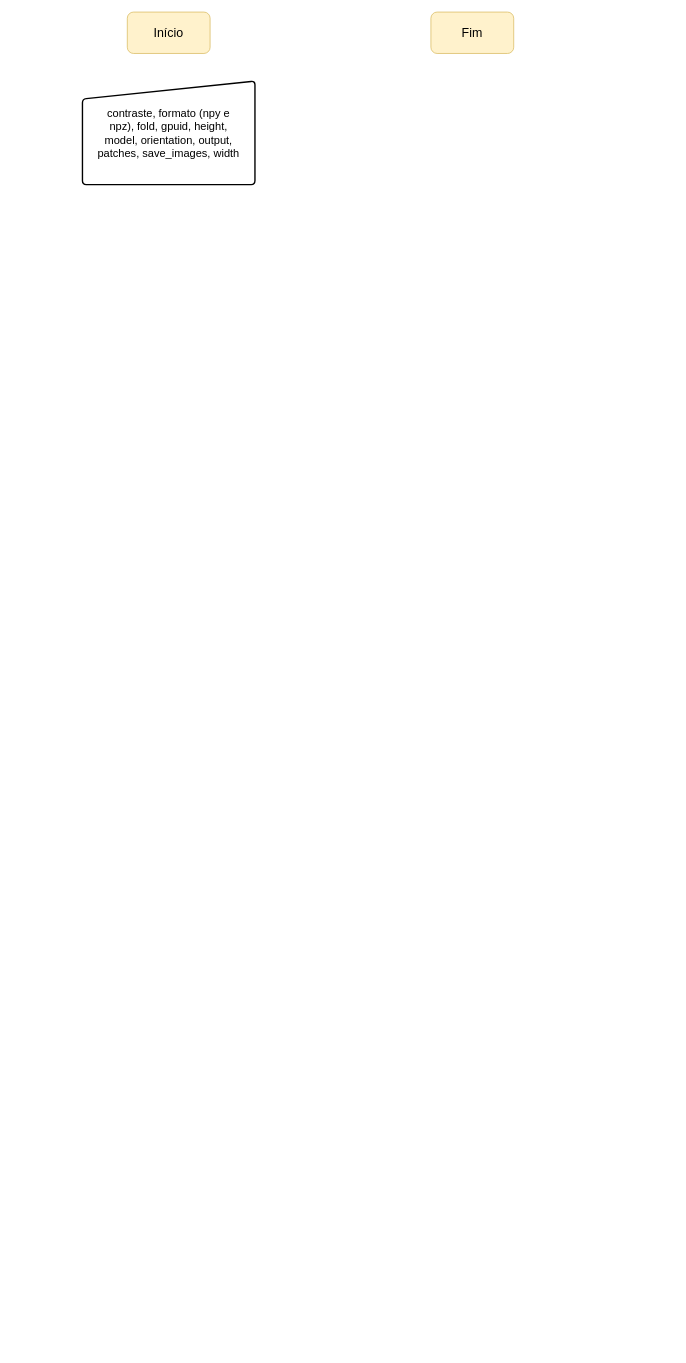
Above: pipeline/extract-features.drawio in xaaaandao/piperaceae-features (draw.io), before the change. Source tidied: cells renumbered, new cells numbered last; positions are measured from the earlier drawing's top-left corner, leaving out a move shared by most shapes. Both pictures are drawn from the tidied source at 69%, with x=0, y=0 at pixel (82, 12).
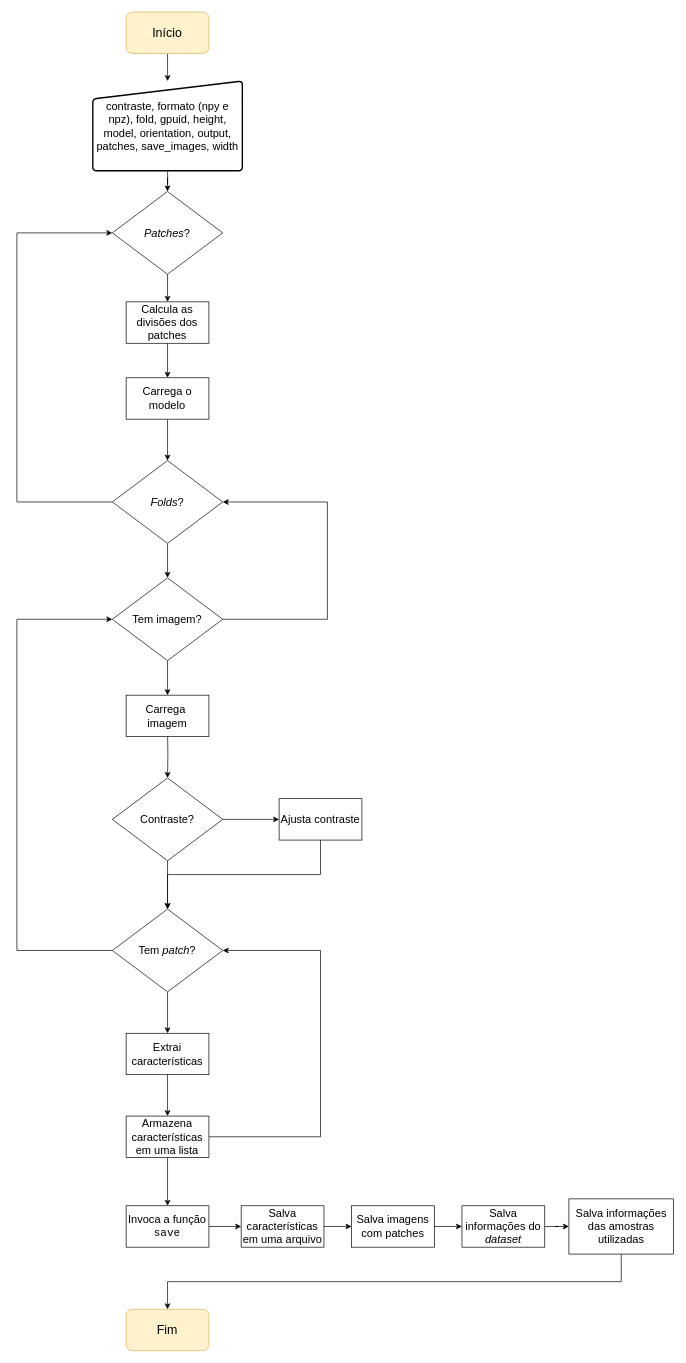
After the change.

Change to the diagram source:
```diff
@@
+    <mxCell id="5" style="edgeStyle=orthogonalEdgeStyle;rounded=0;jettySize=auto;html=1;" parent="1" edge="1" source="2" target="4">
+      <mxGeometry relative="1" as="geometry" />
+    </mxCell>
     <mxCell id="2" value="&lt;font style=&quot;font-size: 18px;&quot;&gt;Início&lt;/font&gt;" style="rounded=1;whiteSpace=wrap;html=1;fillColor=#fff2cc;strokeColor=#d6b656;" parent="1" vertex="1">
-      <mxGeometry x="65" width="120" height="60" as="geometry" />
+      <mxGeometry x="63.3" width="120" height="60" as="geometry" />
     </mxCell>
     <mxCell id="3" value="&lt;font style=&quot;font-size: 18px;&quot;&gt;Fim&lt;/font&gt;" style="rounded=1;whiteSpace=wrap;html=1;fillColor=#fff2cc;strokeColor=#d6b656;" parent="1" vertex="1">
-      <mxGeometry x="505" width="120" height="60" as="geometry" />
+      <mxGeometry x="63.3" y="1880" width="120" height="60" as="geometry" />
     </mxCell>
+    <mxCell id="6" style="edgeStyle=orthogonalEdgeStyle;rounded=0;jettySize=auto;html=1;" parent="1" edge="1" source="4" target="8">
+      <mxGeometry relative="1" as="geometry" />
+    </mxCell>
     <mxCell id="4" value="&lt;div&gt;&lt;span style=&quot;font-size: 16px; background-color: initial;&quot;&gt;contraste, formato (npy e npz),&amp;nbsp;&lt;/span&gt;&lt;span style=&quot;font-size: 16px; background-color: initial;&quot;&gt;fold, gpuid, height, model,&amp;nbsp;&lt;/span&gt;&lt;span style=&quot;font-size: 16px;&quot;&gt;orientation, output, patches,&amp;nbsp;&lt;/span&gt;&lt;span style=&quot;font-size: 16px; background-color: initial;&quot;&gt;save_images, width&lt;/span&gt;&lt;/div&gt;" style="html=1;strokeWidth=2;shape=manualInput;whiteSpace=wrap;rounded=1;size=26;arcSize=11;" parent="1" vertex="1">
-      <mxGeometry y="100" width="250" height="150" as="geometry" />
+      <mxGeometry x="15" y="100" width="216.7" height="130" as="geometry" />
     </mxCell>
+    <mxCell id="7" style="edgeStyle=orthogonalEdgeStyle;rounded=0;jettySize=auto;html=1;" parent="1" edge="1" source="8" target="10">
+      <mxGeometry relative="1" as="geometry" />
+    </mxCell>
+    <mxCell id="8" value="&lt;font style=&quot;font-size: 16px;&quot;&gt;&lt;i&gt;Patches&lt;/i&gt;?&lt;/font&gt;" style="rhombus;whiteSpace=wrap;html=1;" parent="1" vertex="1">
+      <mxGeometry x="43.3" y="260" width="160" height="120" as="geometry" />
+    </mxCell>
+    <mxCell id="9" style="edgeStyle=orthogonalEdgeStyle;rounded=0;jettySize=auto;html=1;exitX=0.5;exitY=1;exitDx=0;exitDy=0;" parent="1" edge="1" source="10" target="12">
+      <mxGeometry relative="1" as="geometry" />
+    </mxCell>
+    <mxCell id="10" value="Calcula as divisões dos patches" style="rounded=0;whiteSpace=wrap;html=1;fontSize=16;" parent="1" vertex="1">
+      <mxGeometry x="63.3" y="420" width="120" height="60" as="geometry" />
+    </mxCell>
+    <mxCell id="11" style="edgeStyle=orthogonalEdgeStyle;rounded=0;jettySize=auto;html=1;exitX=0.5;exitY=1;exitDx=0;exitDy=0;entryX=0.5;entryY=0;entryDx=0;entryDy=0;" parent="1" edge="1" source="12" target="15">
+      <mxGeometry relative="1" as="geometry" />
+    </mxCell>
+    <mxCell id="12" value="Carrega o modelo" style="rounded=0;whiteSpace=wrap;html=1;fontSize=16;" parent="1" vertex="1">
+      <mxGeometry x="63.3" y="530" width="120" height="60" as="geometry" />
+    </mxCell>
+    <mxCell id="13" style="edgeStyle=orthogonalEdgeStyle;rounded=0;jettySize=auto;html=1;exitX=0.5;exitY=1;exitDx=0;exitDy=0;" parent="1" edge="1" source="15" target="37">
+      <mxGeometry relative="1" as="geometry" />
+    </mxCell>
+    <mxCell id="14" style="edgeStyle=orthogonalEdgeStyle;rounded=0;jettySize=auto;html=1;exitX=0;exitY=0.5;exitDx=0;exitDy=0;entryX=0;entryY=0.5;entryDx=0;entryDy=0;" parent="1" edge="1" source="15" target="8">
+      <mxGeometry relative="1" as="geometry">
+        <Array as="points">
+          <mxPoint x="-95" y="710" />
+          <mxPoint x="-95" y="320" />
+        </Array>
+      </mxGeometry>
+    </mxCell>
+    <mxCell id="15" value="&lt;font style=&quot;font-size: 16px;&quot;&gt;&lt;i&gt;Folds&lt;/i&gt;?&lt;/font&gt;" style="rhombus;whiteSpace=wrap;html=1;" parent="1" vertex="1">
+      <mxGeometry x="43.3" y="650" width="160" height="120" as="geometry" />
+    </mxCell>
+    <mxCell id="16" style="edgeStyle=orthogonalEdgeStyle;rounded=0;jettySize=auto;html=1;" parent="1" edge="1" target="40">
+      <mxGeometry relative="1" as="geometry">
+        <mxPoint x="123.3" y="1040" as="sourcePoint" />
+      </mxGeometry>
+    </mxCell>
+    <mxCell id="17" value="Carrega&amp;nbsp; imagem" style="rounded=0;whiteSpace=wrap;html=1;fontSize=16;" parent="1" vertex="1">
+      <mxGeometry x="63.3" y="990" width="120" height="60" as="geometry" />
+    </mxCell>
+    <mxCell id="18" style="edgeStyle=orthogonalEdgeStyle;rounded=0;jettySize=auto;html=1;exitX=0.5;exitY=1;exitDx=0;exitDy=0;" parent="1" edge="1" source="19" target="26">
+      <mxGeometry relative="1" as="geometry" />
+    </mxCell>
+    <mxCell id="19" value="Extrai características" style="rounded=0;whiteSpace=wrap;html=1;fontSize=16;" parent="1" vertex="1">
+      <mxGeometry x="63.3" y="1480" width="120" height="60" as="geometry" />
+    </mxCell>
+    <mxCell id="20" style="edgeStyle=orthogonalEdgeStyle;rounded=0;jettySize=auto;html=1;" parent="1" edge="1" source="22" target="19">
+      <mxGeometry relative="1" as="geometry" />
+    </mxCell>
+    <mxCell id="21" style="edgeStyle=orthogonalEdgeStyle;rounded=0;jettySize=auto;html=1;exitX=0;exitY=0.5;exitDx=0;exitDy=0;entryX=0;entryY=0.5;entryDx=0;entryDy=0;" parent="1" edge="1" source="22" target="37">
+      <mxGeometry relative="1" as="geometry">
+        <Array as="points">
+          <mxPoint x="-95" y="1360" />
+          <mxPoint x="-95" y="880" />
+        </Array>
+      </mxGeometry>
+    </mxCell>
+    <mxCell id="22" value="&lt;span style=&quot;font-size: 16px;&quot;&gt;Tem &lt;i&gt;patch&lt;/i&gt;?&lt;/span&gt;" style="rhombus;whiteSpace=wrap;html=1;" parent="1" vertex="1">
+      <mxGeometry x="43.3" y="1300" width="160" height="120" as="geometry" />
+    </mxCell>
+    <mxCell id="23" style="edgeStyle=orthogonalEdgeStyle;rounded=0;jettySize=auto;html=1;" parent="1" edge="1" source="40" target="22">
+      <mxGeometry relative="1" as="geometry" />
+    </mxCell>
+    <mxCell id="24" style="edgeStyle=orthogonalEdgeStyle;rounded=0;jettySize=auto;html=1;exitX=1;exitY=0.5;exitDx=0;exitDy=0;entryX=1;entryY=0.5;entryDx=0;entryDy=0;" parent="1" edge="1" source="26" target="22">
+      <mxGeometry relative="1" as="geometry">
+        <Array as="points">
+          <mxPoint x="345" y="1630" />
+          <mxPoint x="345" y="1360" />
+        </Array>
+      </mxGeometry>
+    </mxCell>
+    <mxCell id="25" style="edgeStyle=orthogonalEdgeStyle;rounded=0;jettySize=auto;html=1;" parent="1" edge="1" source="26" target="28">
+      <mxGeometry relative="1" as="geometry" />
+    </mxCell>
+    <mxCell id="26" value="Armazena características em uma lista" style="rounded=0;whiteSpace=wrap;html=1;fontSize=16;" parent="1" vertex="1">
+      <mxGeometry x="63.3" y="1600" width="120" height="60" as="geometry" />
+    </mxCell>
+    <mxCell id="27" style="edgeStyle=orthogonalEdgeStyle;rounded=0;jettySize=auto;html=1;" parent="1" edge="1" source="28" target="44">
+      <mxGeometry relative="1" as="geometry" />
+    </mxCell>
+    <mxCell id="28" value="Invoca a função &lt;font face=&quot;Courier New&quot;&gt;save&lt;/font&gt;" style="rounded=0;whiteSpace=wrap;html=1;fontSize=16;" parent="1" vertex="1">
+      <mxGeometry x="63.3" y="1730" width="120" height="60" as="geometry" />
+    </mxCell>
+    <mxCell id="29" style="edgeStyle=orthogonalEdgeStyle;rounded=0;jettySize=auto;html=1;" parent="1" edge="1" source="30" target="32">
+      <mxGeometry relative="1" as="geometry" />
+    </mxCell>
+    <mxCell id="30" value="Salva imagens com patches" style="rounded=0;whiteSpace=wrap;html=1;fontSize=16;" parent="1" vertex="1">
+      <mxGeometry x="390" y="1730" width="120" height="60" as="geometry" />
+    </mxCell>
+    <mxCell id="31" style="edgeStyle=orthogonalEdgeStyle;rounded=0;jettySize=auto;html=1;" parent="1" edge="1" source="32" target="34">
+      <mxGeometry relative="1" as="geometry" />
+    </mxCell>
+    <mxCell id="32" value="Salva informações do &lt;i&gt;dataset&lt;/i&gt;" style="rounded=0;whiteSpace=wrap;html=1;fontSize=16;" parent="1" vertex="1">
+      <mxGeometry x="550" y="1730" width="120" height="60" as="geometry" />
+    </mxCell>
+    <mxCell id="33" style="edgeStyle=orthogonalEdgeStyle;rounded=0;jettySize=auto;html=1;exitX=0.5;exitY=1;exitDx=0;exitDy=0;" parent="1" edge="1" source="34" target="3">
+      <mxGeometry relative="1" as="geometry" />
+    </mxCell>
+    <mxCell id="34" value="Salva informações das amostras utilizadas" style="rounded=0;whiteSpace=wrap;html=1;fontSize=16;" parent="1" vertex="1">
+      <mxGeometry x="705" y="1720" width="151.7" height="80" as="geometry" />
+    </mxCell>
+    <mxCell id="35" style="edgeStyle=orthogonalEdgeStyle;rounded=0;jettySize=auto;html=1;exitX=0.5;exitY=1;exitDx=0;exitDy=0;" parent="1" edge="1" source="37" target="17">
+      <mxGeometry relative="1" as="geometry" />
+    </mxCell>
+    <mxCell id="36" style="edgeStyle=orthogonalEdgeStyle;rounded=0;jettySize=auto;html=1;exitX=1;exitY=0.5;exitDx=0;exitDy=0;entryX=1;entryY=0.5;entryDx=0;entryDy=0;" parent="1" edge="1" source="37" target="15">
+      <mxGeometry relative="1" as="geometry">
+        <Array as="points">
+          <mxPoint x="355" y="880" />
+          <mxPoint x="355" y="710" />
+        </Array>
+      </mxGeometry>
+    </mxCell>
+    <mxCell id="37" value="&lt;span style=&quot;font-size: 16px;&quot;&gt;Tem imagem?&lt;/span&gt;" style="rhombus;whiteSpace=wrap;html=1;" parent="1" vertex="1">
+      <mxGeometry x="43.3" y="820" width="160" height="120" as="geometry" />
+    </mxCell>
+    <mxCell id="38" style="group;" parent="1" vertex="1">
+      <mxGeometry x="43.3" y="1110" width="361.7" height="120" as="geometry" />
+    </mxCell>
+    <mxCell id="39" style="edgeStyle=orthogonalEdgeStyle;rounded=0;jettySize=auto;html=1;exitX=1;exitY=0.5;exitDx=0;exitDy=0;entryX=0;entryY=0.5;entryDx=0;entryDy=0;" parent="38" edge="1" source="40" target="41">
+      <mxGeometry relative="1" as="geometry" />
+    </mxCell>
+    <mxCell id="40" value="&lt;font style=&quot;font-size: 16px;&quot;&gt;Contraste?&lt;/font&gt;" style="rhombus;whiteSpace=wrap;html=1;" parent="38" vertex="1">
+      <mxGeometry width="160" height="120" as="geometry" />
+    </mxCell>
+    <mxCell id="41" value="Ajusta contraste" style="rounded=0;whiteSpace=wrap;html=1;fontSize=16;" parent="38" vertex="1">
+      <mxGeometry x="241.7" y="30" width="120" height="60" as="geometry" />
+    </mxCell>
+    <mxCell id="42" style="edgeStyle=orthogonalEdgeStyle;rounded=0;jettySize=auto;html=1;exitX=0.5;exitY=1;exitDx=0;exitDy=0;entryX=0.5;entryY=0;entryDx=0;entryDy=0;" parent="1" edge="1" source="41" target="22">
+      <mxGeometry relative="1" as="geometry" />
+    </mxCell>
+    <mxCell id="43" style="edgeStyle=orthogonalEdgeStyle;rounded=0;jettySize=auto;html=1;" parent="1" edge="1" source="44" target="30">
+      <mxGeometry relative="1" as="geometry" />
+    </mxCell>
+    <mxCell id="44" value="Salva características em uma arquivo" style="rounded=0;whiteSpace=wrap;html=1;fontSize=16;" parent="1" vertex="1">
+      <mxGeometry x="230" y="1730" width="120" height="60" as="geometry" />
+    </mxCell>
```
